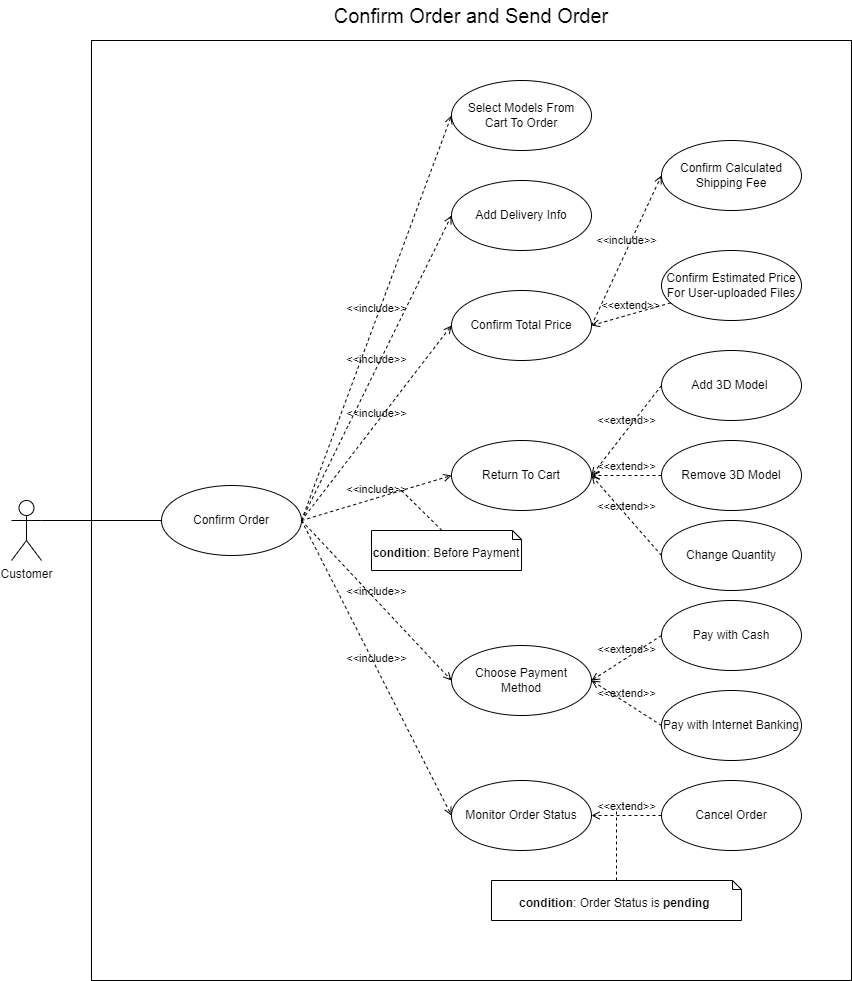
Above: contents/images/usecase/DACNPM-ConfirmOrder.png in ngyngcphu/tick3D-docs (draw.io), before the change. Source tidied: cells renumbered, new cells last; positions are measured from the earlier drawing's top-left corner, leaving out a move shared by most shapes.
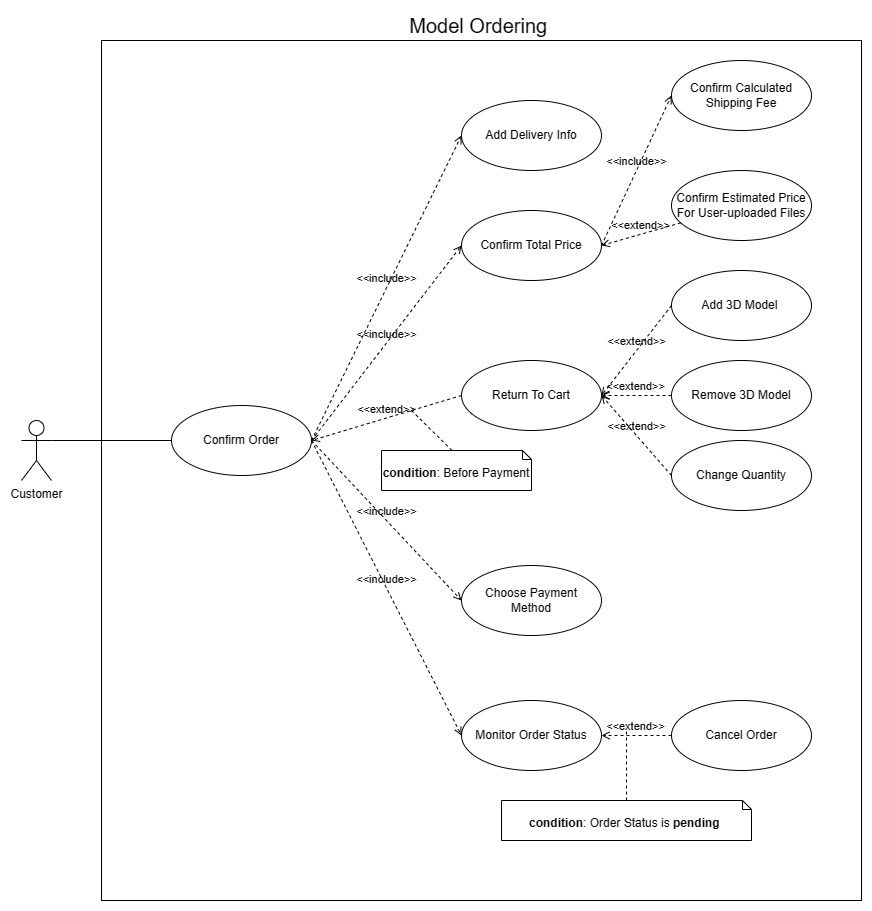
The same diagram one commit later.

Change to the diagram source:
```diff
@@ -3,10 +3,10 @@
     <mxCell id="0" />
     <mxCell id="1" parent="0" />
     <mxCell id="2" style="rounded=0;whiteSpace=wrap;html=1;" parent="1" vertex="1">
-      <mxGeometry x="80" y="40" width="760" height="940" as="geometry" />
+      <mxGeometry x="80" y="120" width="760" height="860" as="geometry" />
     </mxCell>
-    <mxCell id="3" value="&lt;span style=&quot;font-size: 20px;&quot;&gt;Confirm Order and Send Order&lt;/span&gt;" style="text;html=1;strokeColor=none;fillColor=none;align=center;verticalAlign=middle;whiteSpace=wrap;rounded=0;" parent="1" vertex="1">
-      <mxGeometry x="315" width="290" height="30" as="geometry" />
+    <mxCell id="3" value="&lt;font style=&quot;font-size: 20px;&quot;&gt;Model Ordering&amp;nbsp;&lt;/font&gt;" style="text;html=1;strokeColor=none;fillColor=none;align=center;verticalAlign=middle;whiteSpace=wrap;rounded=0;" parent="1" vertex="1">
+      <mxGeometry x="315" y="90" width="290" height="30" as="geometry" />
     </mxCell>
     <mxCell id="4" value="Customer" style="shape=umlActor;verticalLabelPosition=bottom;verticalAlign=top;html=1;outlineConnect=0;" parent="1" vertex="1">
       <mxGeometry y="500" width="30" height="60" as="geometry" />
@@ -14,9 +14,6 @@
     <mxCell id="5" value="Confirm Order" style="ellipse;whiteSpace=wrap;html=1;" parent="1" vertex="1">
       <mxGeometry x="150" y="485" width="140" height="70" as="geometry" />
     </mxCell>
-    <mxCell id="6" value="Select Models&amp;nbsp;From &lt;br&gt;Cart To Order" style="ellipse;whiteSpace=wrap;html=1;" parent="1" vertex="1">
-      <mxGeometry x="440" y="80" width="140" height="70" as="geometry" />
-    </mxCell>
     <mxCell id="7" value="Add Delivery Info" style="ellipse;whiteSpace=wrap;html=1;" parent="1" vertex="1">
       <mxGeometry x="440" y="180" width="140" height="70" as="geometry" />
     </mxCell>
@@ -41,21 +38,12 @@
     <mxCell id="14" value="Choose Payment&lt;br&gt;Method" style="ellipse;whiteSpace=wrap;html=1;" parent="1" vertex="1">
       <mxGeometry x="440" y="645" width="140" height="70" as="geometry" />
     </mxCell>
-    <mxCell id="15" value="Pay with Cash" style="ellipse;whiteSpace=wrap;html=1;" parent="1" vertex="1">
-      <mxGeometry x="650" y="600" width="140" height="70" as="geometry" />
-    </mxCell>
-    <mxCell id="16" value="Pay with Internet Banking" style="ellipse;whiteSpace=wrap;html=1;" parent="1" vertex="1">
-      <mxGeometry x="650" y="690" width="140" height="70" as="geometry" />
-    </mxCell>
     <mxCell id="17" value="Monitor Order Status" style="ellipse;whiteSpace=wrap;html=1;" parent="1" vertex="1">
       <mxGeometry x="440" y="780" width="140" height="70" as="geometry" />
     </mxCell>
     <mxCell id="18" value="Cancel Order" style="ellipse;whiteSpace=wrap;html=1;" parent="1" vertex="1">
       <mxGeometry x="650" y="780" width="140" height="70" as="geometry" />
     </mxCell>
-    <mxCell id="19" value="&amp;lt;&amp;lt;include&amp;gt;&amp;gt;" style="html=1;verticalAlign=bottom;labelBackgroundColor=none;endArrow=open;endFill=0;dashed=1;rounded=0;exitX=1;exitY=0.5;exitDx=0;exitDy=0;entryX=0;entryY=0.5;entryDx=0;entryDy=0;" parent="1" edge="1" source="5" target="6">
-      <mxGeometry relative="1" as="geometry" />
-    </mxCell>
     <mxCell id="20" value="&amp;lt;&amp;lt;include&amp;gt;&amp;gt;" style="html=1;verticalAlign=bottom;labelBackgroundColor=none;endArrow=open;endFill=0;dashed=1;rounded=0;exitX=1;exitY=0.5;exitDx=0;exitDy=0;entryX=0;entryY=0.5;entryDx=0;entryDy=0;" parent="1" edge="1" source="5" target="7">
       <mxGeometry relative="1" as="geometry" />
     </mxCell>
@@ -65,7 +53,7 @@
     <mxCell id="22" value="&lt;b&gt;condition&lt;/b&gt;: Order Status is &lt;b&gt;pending&lt;/b&gt;&amp;nbsp;" style="shape=note2;boundedLbl=1;whiteSpace=wrap;html=1;size=9;verticalAlign=top;align=center;" parent="1" vertex="1">
       <mxGeometry x="480" y="880" width="250" height="40" as="geometry" />
     </mxCell>
-    <mxCell id="23" value="&amp;lt;&amp;lt;include&amp;gt;&amp;gt;" style="html=1;verticalAlign=bottom;labelBackgroundColor=none;endArrow=open;endFill=0;dashed=1;rounded=0;entryX=0;entryY=0.5;entryDx=0;entryDy=0;exitX=1;exitY=0.5;exitDx=0;exitDy=0;" parent="1" edge="1" source="5" target="9">
+    <mxCell id="23" value="&amp;lt;&amp;lt;extend&amp;gt;&amp;gt;" style="html=1;verticalAlign=bottom;labelBackgroundColor=none;endArrow=open;endFill=0;dashed=1;rounded=0;entryX=1;entryY=0.5;entryDx=0;entryDy=0;exitX=0;exitY=0.5;exitDx=0;exitDy=0;" parent="1" edge="1" source="9" target="5">
       <mxGeometry relative="1" as="geometry" />
     </mxCell>
     <mxCell id="24" style="endArrow=none;dashed=1;html=1;rounded=0;exitX=0;exitY=0;exitDx=70.5;exitDy=0;exitPerimeter=0;" parent="1" edge="1" source="10">
@@ -88,12 +76,6 @@
     <mxCell id="29" value="&amp;lt;&amp;lt;extend&amp;gt;&amp;gt;" style="html=1;verticalAlign=bottom;labelBackgroundColor=none;endArrow=open;endFill=0;dashed=1;rounded=0;entryX=1;entryY=0.5;entryDx=0;entryDy=0;exitX=0;exitY=0.5;exitDx=0;exitDy=0;" parent="1" edge="1" source="13" target="9">
       <mxGeometry relative="1" as="geometry" />
     </mxCell>
-    <mxCell id="30" value="&amp;lt;&amp;lt;extend&amp;gt;&amp;gt;" style="html=1;verticalAlign=bottom;labelBackgroundColor=none;endArrow=open;endFill=0;dashed=1;rounded=0;entryX=1;entryY=0.5;entryDx=0;entryDy=0;exitX=0;exitY=0.5;exitDx=0;exitDy=0;" parent="1" edge="1" source="15" target="14">
-      <mxGeometry relative="1" as="geometry" />
-    </mxCell>
-    <mxCell id="31" value="&amp;lt;&amp;lt;extend&amp;gt;&amp;gt;" style="html=1;verticalAlign=bottom;labelBackgroundColor=none;endArrow=open;endFill=0;dashed=1;rounded=0;entryX=1;entryY=0.5;entryDx=0;entryDy=0;exitX=0;exitY=0.5;exitDx=0;exitDy=0;" parent="1" edge="1" source="16" target="14">
-      <mxGeometry relative="1" as="geometry" />
-    </mxCell>
     <mxCell id="32" value="&amp;lt;&amp;lt;extend&amp;gt;&amp;gt;" style="html=1;verticalAlign=bottom;labelBackgroundColor=none;endArrow=open;endFill=0;dashed=1;rounded=0;entryX=1;entryY=0.5;entryDx=0;entryDy=0;exitX=0;exitY=0.5;exitDx=0;exitDy=0;" parent="1" edge="1" source="18" target="17">
       <mxGeometry relative="1" as="geometry" />
     </mxCell>
```
